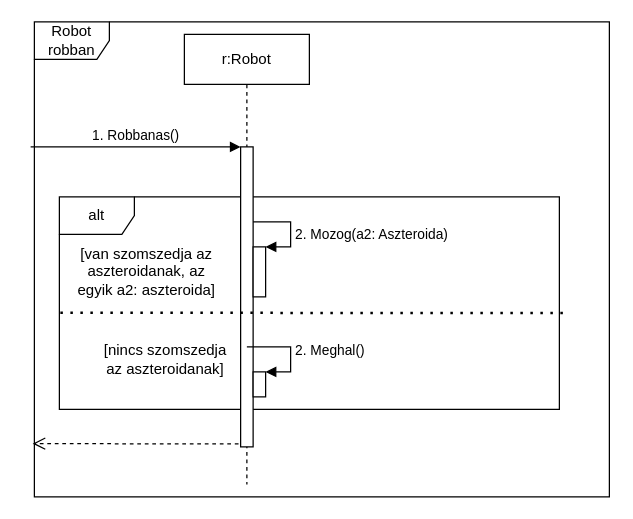
Before: page "robot robban" (4 of 5) of doc/szekvencia/szek_UranLerak.drawio in torpeBoiGo/aszteroidabanyaszat, a draw.io diagram. Source tidied: cells renumbered, new cells numbered last; positions are measured from the earlier drawing's top-left corner, leaving out a move shared by most shapes. Both pictures are drawn from the tidied source at 125%, with x=0, y=0 at pixel (30, 21).
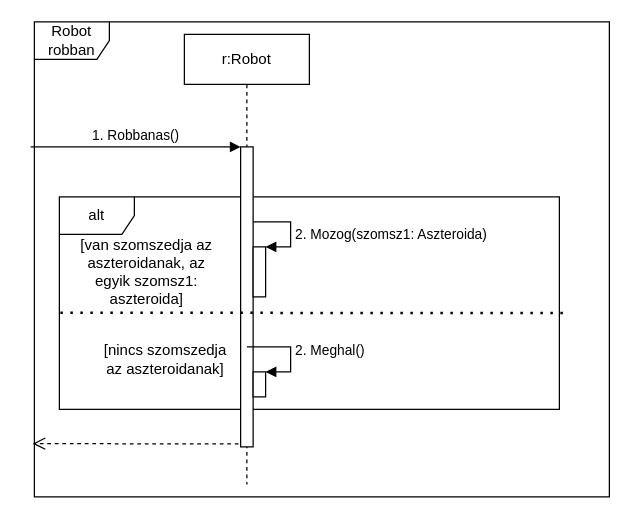
The same diagram, later.

The edit, as a diff of the source:
```diff
@@
 <mxGraphModel>
   <root>
     <mxCell id="0" />
     <mxCell id="1" parent="0" />
     <mxCell id="2" value="Robot robban" style="shape=umlFrame;whiteSpace=wrap;html=1;" parent="1" vertex="1">
       <mxGeometry x="3" width="460" height="380" as="geometry" />
     </mxCell>
     <mxCell id="3" value="alt" style="shape=umlFrame;whiteSpace=wrap;html=1;" parent="1" vertex="1">
       <mxGeometry x="23" y="140" width="400" height="170" as="geometry" />
     </mxCell>
     <mxCell id="4" value="r:Robot" style="shape=umlLifeline;perimeter=lifelinePerimeter;whiteSpace=wrap;html=1;" parent="1" vertex="1">
       <mxGeometry x="123" y="10" width="100" height="360" as="geometry" />
     </mxCell>
     <mxCell id="5" style="html=1;points=[];perimeter=orthogonalPerimeter;" parent="4" vertex="1">
       <mxGeometry x="45" y="90" width="10" height="240" as="geometry" />
     </mxCell>
     <mxCell id="6" style="html=1;points=[];perimeter=orthogonalPerimeter;" parent="4" vertex="1">
       <mxGeometry x="55" y="170" width="10" height="40" as="geometry" />
     </mxCell>
-    <mxCell id="7" value="2. Mozog(a2: Aszteroida)" style="edgeStyle=orthogonalEdgeStyle;html=1;align=left;spacingLeft=2;endArrow=block;rounded=0;entryX=1;entryY=0;" parent="4" edge="1" source="5" target="6">
+    <mxCell id="7" value="2. Mozog(szomsz1: Aszteroida)" style="edgeStyle=orthogonalEdgeStyle;html=1;align=left;spacingLeft=2;endArrow=block;rounded=0;entryX=1;entryY=0;" parent="4" edge="1" source="5" target="6">
       <mxGeometry x="0.14" relative="1" as="geometry">
         <Array as="points">
           <mxPoint x="85" y="150" />
           <mxPoint x="85" y="170" />
         </Array>
       </mxGeometry>
     </mxCell>
     <mxCell id="8" style="html=1;points=[];perimeter=orthogonalPerimeter;" parent="4" vertex="1">
       <mxGeometry x="55" y="270" width="10" height="20" as="geometry" />
     </mxCell>
     <mxCell id="9" value="2. Meghal()" style="edgeStyle=orthogonalEdgeStyle;html=1;align=left;spacingLeft=2;endArrow=block;rounded=0;entryX=1;entryY=0;" parent="4" edge="1" target="8">
       <mxGeometry relative="1" as="geometry">
         <mxPoint x="50" y="250" as="sourcePoint" />
         <Array as="points">
           <mxPoint x="85" y="250" />
         </Array>
       </mxGeometry>
     </mxCell>
     <mxCell id="10" style="endArrow=none;dashed=1;html=1;dashPattern=1 3;strokeWidth=2;exitX=0.002;exitY=0.545;exitDx=0;exitDy=0;exitPerimeter=0;" parent="1" edge="1" source="3">
       <mxGeometry relative="1" as="geometry">
         <mxPoint x="426" y="233" as="targetPoint" />
       </mxGeometry>
     </mxCell>
-    <mxCell id="11" value="[van szomszedja az aszteroidanak, az egyik a2: aszteroida]" style="text;html=1;strokeColor=none;fillColor=none;align=center;verticalAlign=middle;whiteSpace=wrap;rounded=0;" parent="1" vertex="1">
+    <mxCell id="11" value="[van szomszedja az aszteroidanak, az egyik szomsz1: aszteroida]" style="text;html=1;strokeColor=none;fillColor=none;align=center;verticalAlign=middle;whiteSpace=wrap;rounded=0;" parent="1" vertex="1">
       <mxGeometry x="33" y="190" width="120" height="20" as="geometry" />
     </mxCell>
     <mxCell id="12" value="[nincs szomszedja az aszteroidanak]" style="text;html=1;strokeColor=none;fillColor=none;align=center;verticalAlign=middle;whiteSpace=wrap;rounded=0;" parent="1" vertex="1">
       <mxGeometry x="53" y="260" width="110" height="20" as="geometry" />
     </mxCell>
     <mxCell id="13" value="1. Robbanas()" style="html=1;verticalAlign=bottom;endArrow=block;entryX=0;entryY=0;" parent="1" edge="1" target="5">
       <mxGeometry relative="1" as="geometry">
         <mxPoint y="100" as="sourcePoint" />
       </mxGeometry>
     </mxCell>
     <mxCell id="14" style="html=1;verticalAlign=bottom;endArrow=open;dashed=1;endSize=8;exitX=-0.167;exitY=0.99;exitDx=0;exitDy=0;exitPerimeter=0;entryX=-0.003;entryY=0.888;entryDx=0;entryDy=0;entryPerimeter=0;" parent="1" edge="1" source="5" target="2">
       <mxGeometry x="0.19" y="-61" relative="1" as="geometry" />
     </mxCell>
   </root>
 </mxGraphModel>
```
